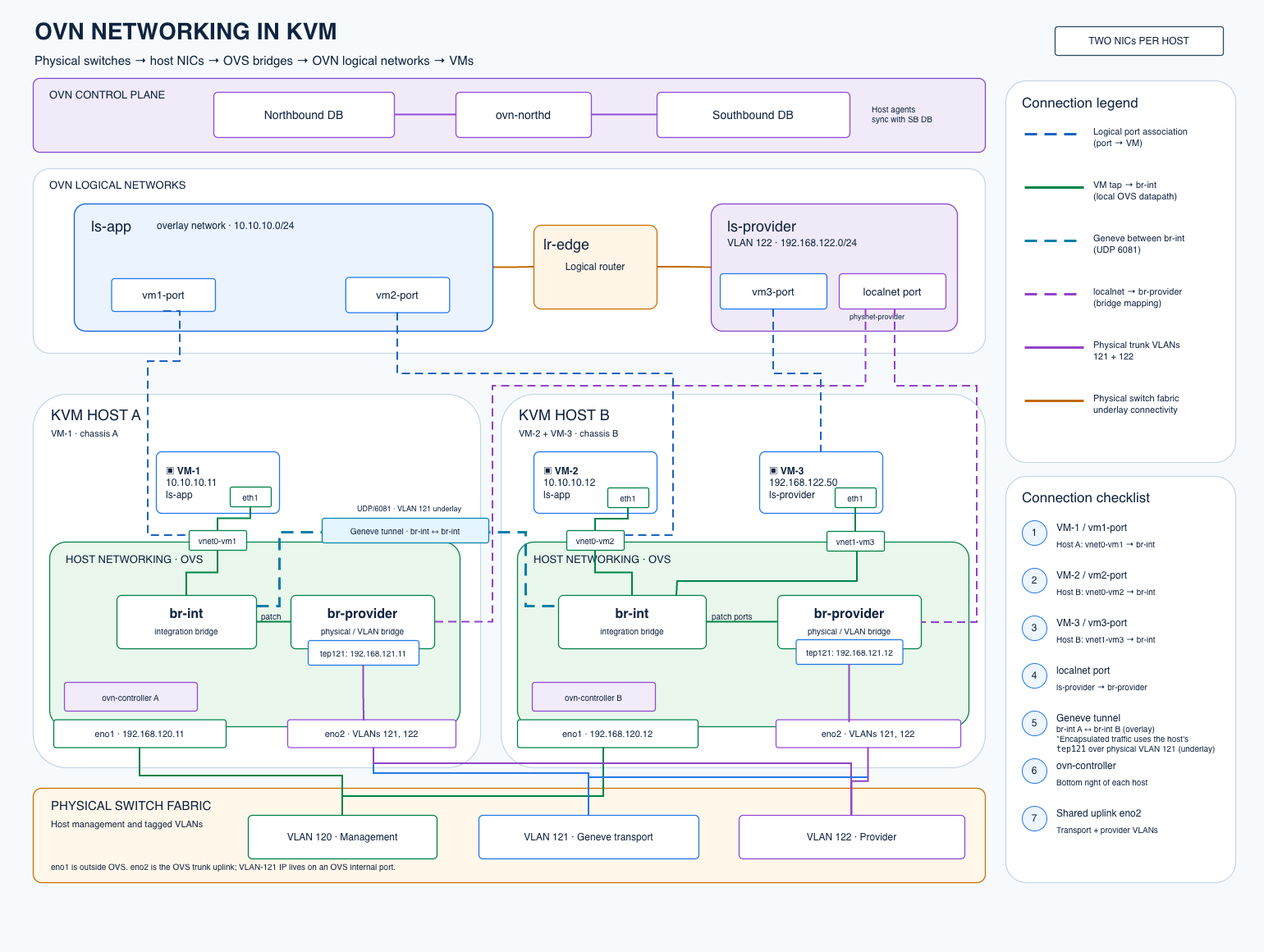
This is docs/images/physical-to-logical-architecture-new.png from rumart/kvm-ovn-networking-doc, a draw.io export, as it was before one commit. Source tidied: cells renumbered, new cells last; positions are measured from the earlier drawing's top-left corner, leaving out a move shared by most shapes.
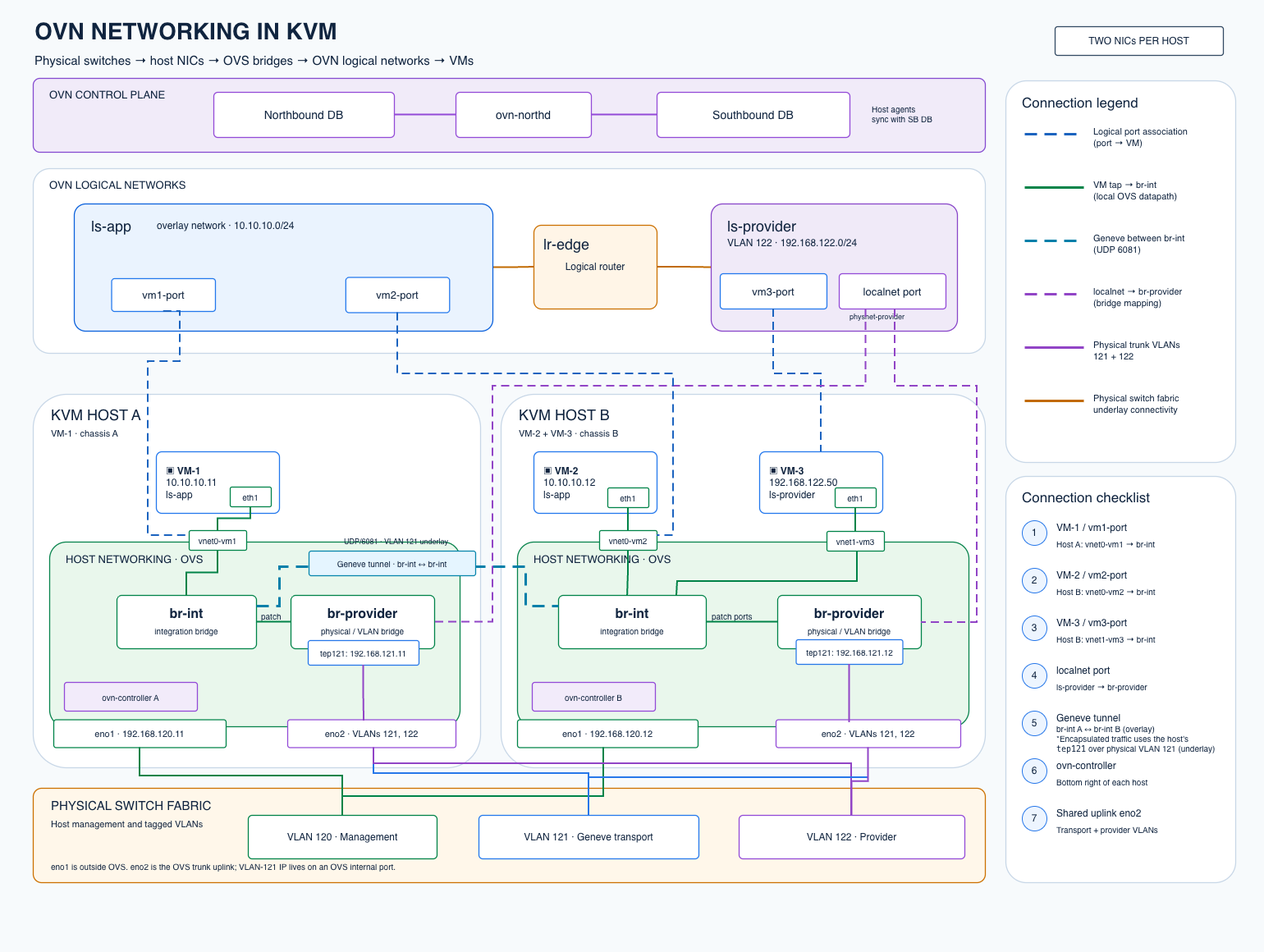
Later version of the same file.

The edit, as a diff of the source:
```diff
@@ -126,7 +126,7 @@
       <mxGeometry x="230" y="646" width="70" height="24" as="geometry" />
     </mxCell>
     <mxCell id="43" value="vnet0-vm2" style="rounded=1;arcSize=9;whiteSpace=wrap;html=1;fillColor=#ffffff;strokeColor=#008348;strokeWidth=1.3;fontSize=10;fontFamily=Helvetica;fontColor=#10243f;" parent="1" vertex="1">
-      <mxGeometry x="690" y="646" width="70" height="24" as="geometry" />
+      <mxGeometry x="730" y="646" width="70" height="24" as="geometry" />
     </mxCell>
     <mxCell id="44" value="vnet1-vm3" style="rounded=1;arcSize=9;whiteSpace=wrap;html=1;fillColor=#ffffff;strokeColor=#008348;strokeWidth=1.3;fontSize=10;fontFamily=Helvetica;fontColor=#10243f;" parent="1" vertex="1">
       <mxGeometry x="1007" y="647" width="70" height="24" as="geometry" />
@@ -211,7 +211,7 @@
     <mxCell id="69" style="edgeStyle=orthogonalEdgeStyle;rounded=0;html=1;endArrow=none;startArrow=none;strokeColor=#008348;strokeWidth=2;exitX=0.5;exitY=1;exitDx=0;exitDy=0;" parent="1" edge="1" source="119" target="43">
       <mxGeometry x="0.68" relative="1" as="geometry" />
     </mxCell>
-    <mxCell id="70" style="edgeStyle=orthogonalEdgeStyle;rounded=0;html=1;endArrow=none;startArrow=none;strokeColor=#008348;strokeWidth=2;" parent="1" edge="1" source="43" target="47">
+    <mxCell id="70" style="edgeStyle=orthogonalEdgeStyle;rounded=0;html=1;endArrow=none;startArrow=none;strokeColor=#008348;strokeWidth=2;entryX=0.467;entryY=0.015;entryDx=0;entryDy=0;entryPerimeter=0;" parent="1" edge="1" source="43" target="47">
       <mxGeometry relative="1" as="geometry" />
     </mxCell>
     <mxCell id="71" style="edgeStyle=orthogonalEdgeStyle;rounded=0;html=1;endArrow=none;startArrow=none;strokeColor=#008348;strokeWidth=2;exitX=0.5;exitY=1;exitDx=0;exitDy=0;" parent="1" edge="1" source="120" target="44">
@@ -244,8 +244,8 @@
       <mxGeometry relative="1" as="geometry">
         <Array as="points">
           <mxPoint x="340" y="738" />
-          <mxPoint x="340" y="648" />
-          <mxPoint x="640" y="648" />
+          <mxPoint x="340" y="690" />
+          <mxPoint x="640" y="690" />
           <mxPoint x="640" y="738" />
         </Array>
       </mxGeometry>
@@ -456,7 +456,7 @@
       <mxGeometry x="660" y="284" width="100" height="25" as="geometry" />
     </mxCell>
     <mxCell id="131" style="group;" parent="1" vertex="1">
-      <mxGeometry x="392" y="612" width="241" height="49" as="geometry" />
+      <mxGeometry x="376" y="652" width="241" height="49" as="geometry" />
     </mxCell>
     <mxCell id="132" value="Geneve tunnel · br-int ↔ br-int" style="rounded=1;arcSize=9;whiteSpace=wrap;html=1;fillColor=#e5f5ff;strokeColor=#0786ac;strokeWidth=1.3;fontSize=10;fontFamily=Helvetica;fontColor=#10243f;" parent="131" vertex="1">
       <mxGeometry y="19" width="203" height="30" as="geometry" />
```
